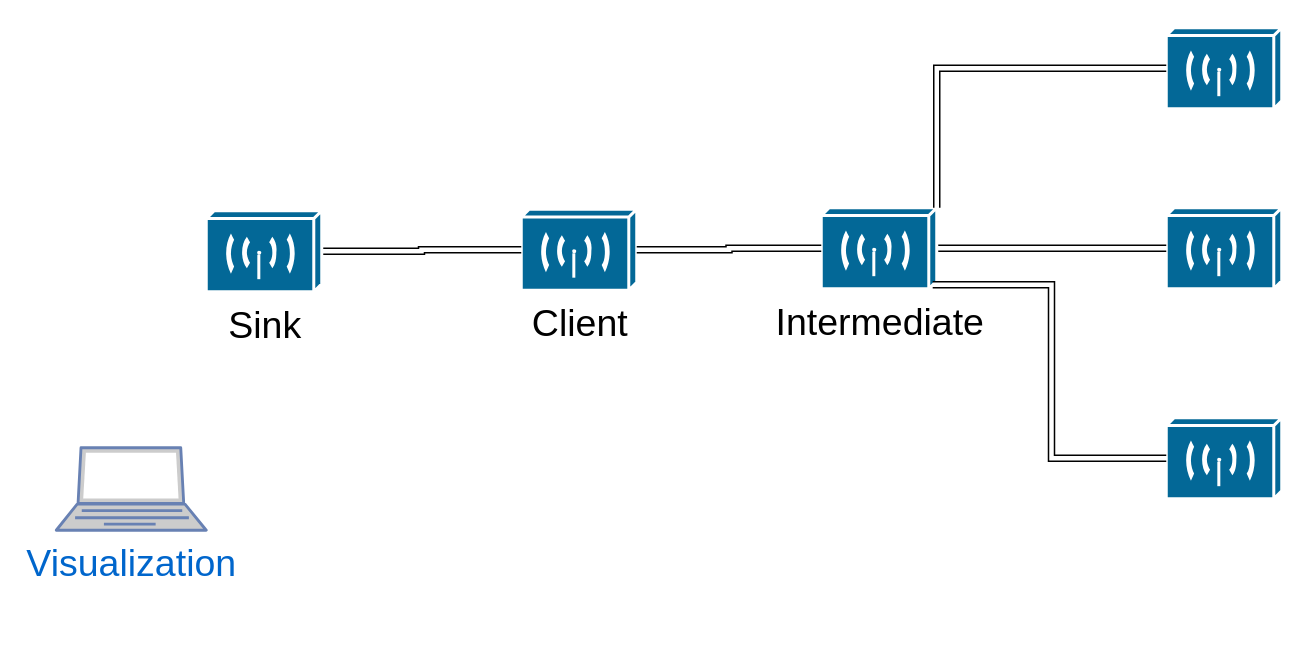
Earlier version of the draw.io diagram Unbenanntes Diagramm.drawio (mvraa/wsn_mini-proj). Source tidied: cells renumbered, new cells numbered last; positions are measured from the earlier drawing's top-left corner, leaving out a move shared by most shapes. Both pictures are drawn from the tidied source at 150%, with x=0, y=0 at pixel (56, -34).
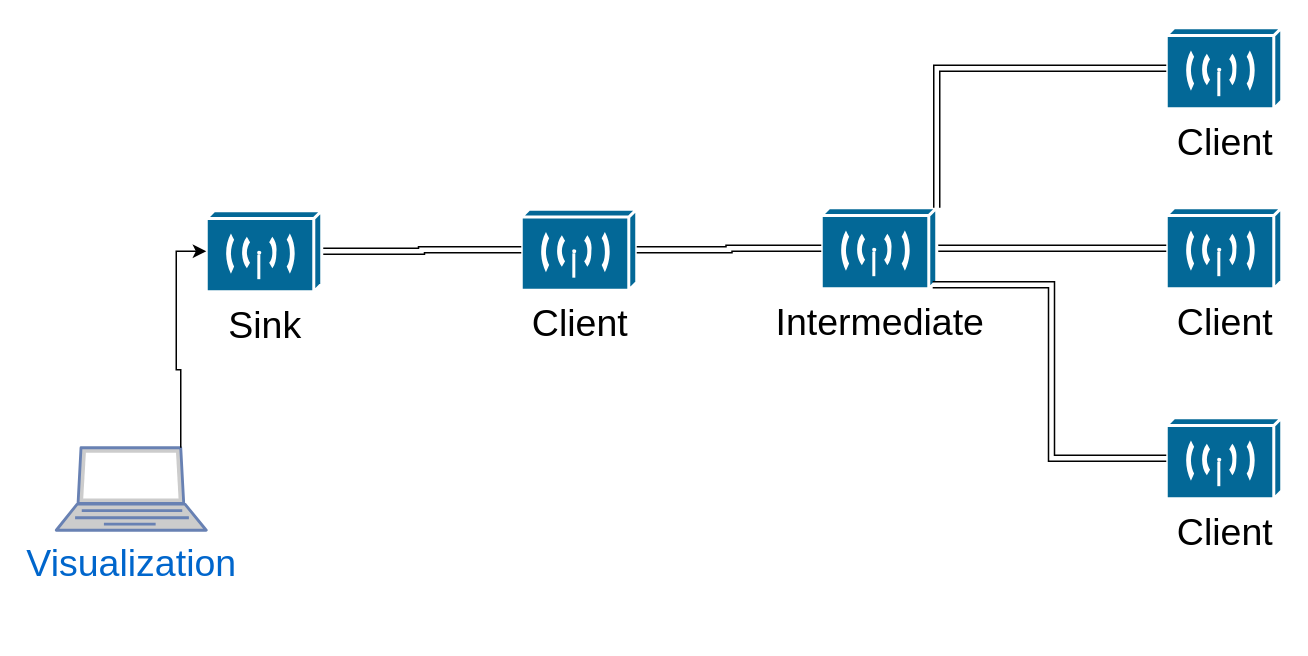
After the change.

Unchanged cells that the change refers to:
```xml
<mxCell id="27" value="&lt;font style=&quot;font-size: 25px;&quot;&gt;Sink&lt;/font&gt;" style="shape=mxgraph.cisco.wireless.wireless_transport;sketch=0;html=1;dashed=0;fillColor=#036897;strokeColor=#ffffff;strokeWidth=2;verticalLabelPosition=bottom;verticalAlign=top;align=center;outlineConnect=0;" parent="1" vertex="1">
  <mxGeometry x="100" y="163" width="77" height="54" as="geometry" />
</mxCell>
<mxCell id="28" value="&lt;div style=&quot;font-size: 25px;&quot;&gt;&lt;font style=&quot;font-size: 25px;&quot;&gt;Visualization&lt;/font&gt;&lt;/div&gt;&lt;div style=&quot;font-size: 25px;&quot;&gt;&lt;font style=&quot;font-size: 25px;&quot;&gt;&lt;br&gt;&lt;/font&gt;&lt;/div&gt;" style="fontColor=#0066CC;verticalAlign=top;verticalLabelPosition=bottom;labelPosition=center;align=center;html=1;outlineConnect=0;fillColor=#CCCCCC;strokeColor=#6881B3;gradientColor=none;gradientDirection=north;strokeWidth=2;shape=mxgraph.networks.laptop;" parent="1" vertex="1">
  <mxGeometry y="321" width="100" height="55" as="geometry" />
</mxCell>
```

The edit, as a diff of the source:
```diff
@@
-    <mxCell id="20" style="shape=mxgraph.cisco.wireless.wireless_transport;sketch=0;html=1;dashed=0;fillColor=#036897;strokeColor=#ffffff;strokeWidth=2;verticalLabelPosition=bottom;verticalAlign=top;align=center;outlineConnect=0;" parent="1" vertex="1">
+    <mxCell id="20" value="&lt;font style=&quot;font-size: 25px;&quot;&gt;Client&lt;/font&gt;" style="shape=mxgraph.cisco.wireless.wireless_transport;sketch=0;html=1;dashed=0;fillColor=#036897;strokeColor=#ffffff;strokeWidth=2;verticalLabelPosition=bottom;verticalAlign=top;align=center;outlineConnect=0;" parent="1" vertex="1">
       <mxGeometry x="740" y="41" width="77" height="54" as="geometry" />
     </mxCell>
-    <mxCell id="21" style="shape=mxgraph.cisco.wireless.wireless_transport;sketch=0;html=1;dashed=0;fillColor=#036897;strokeColor=#ffffff;strokeWidth=2;verticalLabelPosition=bottom;verticalAlign=top;align=center;outlineConnect=0;" parent="1" vertex="1">
+    <mxCell id="21" value="&lt;font style=&quot;font-size: 25px;&quot;&gt;Client&lt;/font&gt;" style="shape=mxgraph.cisco.wireless.wireless_transport;sketch=0;html=1;dashed=0;fillColor=#036897;strokeColor=#ffffff;strokeWidth=2;verticalLabelPosition=bottom;verticalAlign=top;align=center;outlineConnect=0;" parent="1" vertex="1">
       <mxGeometry x="740" y="301" width="77" height="54" as="geometry" />
     </mxCell>
-    <mxCell id="22" style="shape=mxgraph.cisco.wireless.wireless_transport;sketch=0;html=1;dashed=0;fillColor=#036897;strokeColor=#ffffff;strokeWidth=2;verticalLabelPosition=bottom;verticalAlign=top;align=center;outlineConnect=0;" parent="1" vertex="1">
+    <mxCell id="22" value="&lt;font style=&quot;font-size: 25px;&quot;&gt;Client&lt;/font&gt;" style="shape=mxgraph.cisco.wireless.wireless_transport;sketch=0;html=1;dashed=0;fillColor=#036897;strokeColor=#ffffff;strokeWidth=2;verticalLabelPosition=bottom;verticalAlign=top;align=center;outlineConnect=0;" parent="1" vertex="1">
       <mxGeometry x="740" y="161" width="77" height="54" as="geometry" />
     </mxCell>
@@
+    <mxCell id="32" style="edgeStyle=orthogonalEdgeStyle;rounded=0;jettySize=auto;html=1;exitX=0.83;exitY=0;exitDx=0;exitDy=0;exitPerimeter=0;entryX=0;entryY=0.5;entryDx=0;entryDy=0;entryPerimeter=0;" parent="1" edge="1" source="28" target="27">
+      <mxGeometry relative="1" as="geometry" />
+    </mxCell>
```
